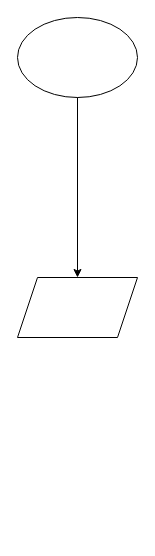
Above: Untitled Diagram.drawio in Bert0Neill/ArchitectDiagrams (draw.io), before the change. Source tidied: cells renumbered, new cells numbered last; positions are measured from the earlier drawing's top-left corner, leaving out a move shared by most shapes. Both pictures are drawn from the tidied source at 100%, with x=0, y=0 at pixel (17, 17).
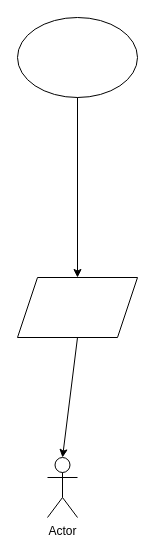
Above is the later version.

What changed in the source:
```diff
@@
 <mxGraphModel>
   <root>
     <mxCell id="0" />
     <mxCell id="1" parent="0" />
     <mxCell id="2" style="ellipse;whiteSpace=wrap;html=1;" parent="1" vertex="1">
       <mxGeometry width="120" height="80" as="geometry" />
     </mxCell>
     <mxCell id="3" style="shape=parallelogram;perimeter=parallelogramPerimeter;whiteSpace=wrap;html=1;fixedSize=1;" parent="1" vertex="1">
       <mxGeometry y="260" width="120" height="60" as="geometry" />
     </mxCell>
     <mxCell id="4" style="endArrow=classic;html=1;rounded=0;exitX=0.5;exitY=1;exitDx=0;exitDy=0;entryX=0.5;entryY=0;entryDx=0;entryDy=0;" parent="1" edge="1" source="2" target="3">
       <mxGeometry relative="1" as="geometry" />
     </mxCell>
+    <mxCell id="5" value="Actor" style="shape=umlActor;verticalLabelPosition=bottom;verticalAlign=top;html=1;outlineConnect=0;" parent="1" vertex="1">
+      <mxGeometry x="30" y="440" width="30" height="60" as="geometry" />
+    </mxCell>
+    <mxCell id="6" style="endArrow=classic;html=1;rounded=0;exitX=0.5;exitY=1;exitDx=0;exitDy=0;entryX=0.5;entryY=0;entryDx=0;entryDy=0;entryPerimeter=0;" parent="1" edge="1" source="3" target="5">
+      <mxGeometry relative="1" as="geometry" />
+    </mxCell>
   </root>
 </mxGraphModel>
```
